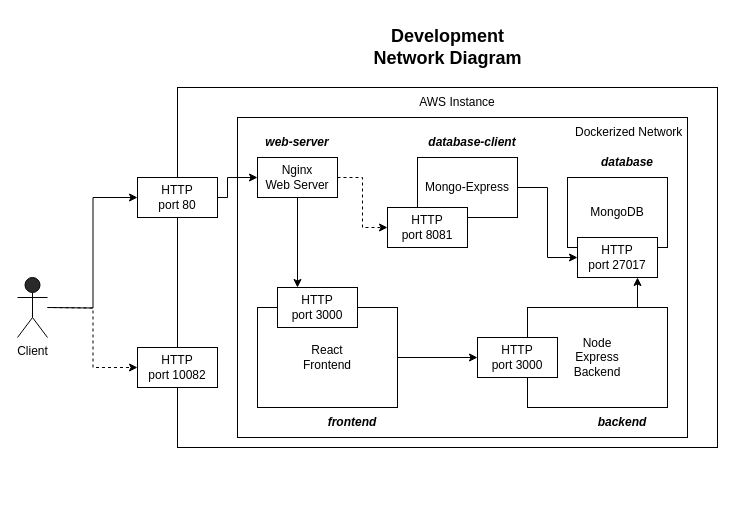
Above: Dev_NetworkStructure.dio in alex-au-922/Weather-with-me (draw.io), before the change. Source tidied: cells renumbered, new cells numbered last; positions are measured from the earlier drawing's top-left corner, leaving out a move shared by most shapes. Both pictures are drawn from the tidied source at 100%, with x=0, y=0 at pixel (17, 17).
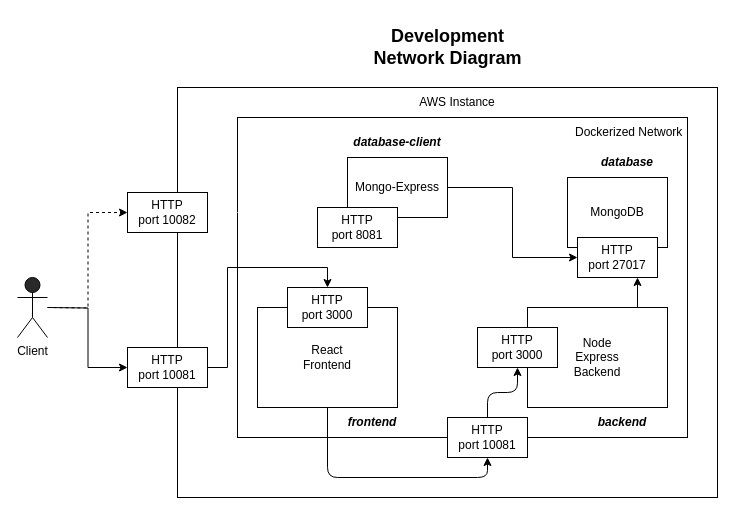
The same diagram, later.

Unchanged cells that the change refers to:
```xml
<mxCell id="12" value="React&lt;div&gt;Frontend&lt;/div&gt;" style="rounded=0;whiteSpace=wrap;html=1;" parent="1" vertex="1">
  <mxGeometry x="240" y="290" width="140" height="100" as="geometry" />
</mxCell>
```

What changed in the source:
```diff
@@
     <mxCell id="2" style="rounded=0;whiteSpace=wrap;html=1;" parent="1" vertex="1">
-      <mxGeometry x="160" y="70" width="540" height="360" as="geometry" />
+      <mxGeometry x="160" y="70" width="540" height="410" as="geometry" />
     </mxCell>
@@
-    <mxCell id="6" value="HTTP&lt;div&gt;port 80&lt;/div&gt;" style="rounded=0;whiteSpace=wrap;html=1;" parent="1" vertex="1">
-      <mxGeometry x="120" y="160" width="80" height="40" as="geometry" />
+    <mxCell id="6" value="HTTP&lt;div&gt;port 10081&lt;/div&gt;" style="rounded=0;whiteSpace=wrap;html=1;" parent="1" vertex="1">
+      <mxGeometry x="110" y="330" width="80" height="40" as="geometry" />
     </mxCell>
@@
-    <mxCell id="8" style="edgeStyle=orthogonalEdgeStyle;rounded=0;html=1;exitX=0.5;exitY=1;entryX=0.25;entryY=0;jettySize=auto;" parent="1" edge="1" source="10" target="18">
-      <mxGeometry relative="1" as="geometry" />
-    </mxCell>
-    <mxCell id="9" style="edgeStyle=orthogonalEdgeStyle;rounded=0;html=1;exitX=1;exitY=0.5;entryX=0;entryY=0.5;jettySize=auto;dashed=1;" parent="1" edge="1" source="10" target="21">
-      <mxGeometry relative="1" as="geometry" />
-    </mxCell>
-    <mxCell id="10" value="Nginx&lt;div&gt;Web Server&lt;/div&gt;" style="rounded=0;whiteSpace=wrap;html=1;" parent="1" vertex="1">
-      <mxGeometry x="240" y="140" width="80" height="40" as="geometry" />
-    </mxCell>
-    <mxCell id="11" style="edgeStyle=orthogonalEdgeStyle;rounded=0;html=1;exitX=1;exitY=0.5;entryX=0;entryY=0.5;jettySize=auto;" parent="1" edge="1" source="12" target="19">
-      <mxGeometry relative="1" as="geometry" />
-    </mxCell>
+    <mxCell id="33" style="edgeStyle=orthogonalEdgeStyle;html=1;entryX=0.5;entryY=1;entryDx=0;entryDy=0;exitX=0.5;exitY=1;exitDx=0;exitDy=0;" parent="1" edge="1" source="12" target="35">
+      <mxGeometry relative="1" as="geometry">
+        <Array as="points">
+          <mxPoint x="310" y="460" />
+          <mxPoint x="470" y="460" />
+        </Array>
+      </mxGeometry>
+    </mxCell>
@@
     <mxCell id="17" value="Mongo-Express" style="rounded=0;whiteSpace=wrap;html=1;" parent="1" vertex="1">
-      <mxGeometry x="400" y="140" width="100" height="60" as="geometry" />
+      <mxGeometry x="330" y="140" width="100" height="60" as="geometry" />
     </mxCell>
     <mxCell id="18" value="HTTP&lt;div&gt;port 3000&lt;/div&gt;" style="rounded=0;whiteSpace=wrap;html=1;" parent="1" vertex="1">
-      <mxGeometry x="260" y="270" width="80" height="40" as="geometry" />
+      <mxGeometry x="270" y="270" width="80" height="40" as="geometry" />
     </mxCell>
     <mxCell id="19" value="HTTP&lt;div&gt;port 3000&lt;/div&gt;" style="rounded=0;whiteSpace=wrap;html=1;" parent="1" vertex="1">
-      <mxGeometry x="460" y="320" width="80" height="40" as="geometry" />
+      <mxGeometry x="460" y="310" width="80" height="40" as="geometry" />
     </mxCell>
@@
     <mxCell id="21" value="HTTP&lt;div&gt;port 8081&lt;/div&gt;" style="rounded=0;whiteSpace=wrap;html=1;" parent="1" vertex="1">
-      <mxGeometry x="370" y="190" width="80" height="40" as="geometry" />
+      <mxGeometry x="300" y="190" width="80" height="40" as="geometry" />
     </mxCell>
-    <mxCell id="22" style="edgeStyle=orthogonalEdgeStyle;rounded=0;html=1;exitX=1;exitY=0.5;entryX=0;entryY=0.5;jettySize=auto;" parent="1" edge="1" source="6" target="10">
+    <mxCell id="22" style="edgeStyle=orthogonalEdgeStyle;rounded=0;html=1;exitX=1;exitY=0.5;entryX=0.5;entryY=0;jettySize=auto;entryDx=0;entryDy=0;" parent="1" edge="1" source="6" target="18">
       <mxGeometry relative="1" as="geometry">
         <Array as="points">
-          <mxPoint x="210" y="180" />
-          <mxPoint x="210" y="160" />
+          <mxPoint x="210" y="350" />
+          <mxPoint x="210" y="250" />
+          <mxPoint x="310" y="250" />
         </Array>
       </mxGeometry>
     </mxCell>
-    <mxCell id="23" style="edgeStyle=orthogonalEdgeStyle;rounded=0;html=1;exitX=1;exitY=0.5;exitDx=0;exitDy=0;entryX=0.25;entryY=1;entryDx=0;entryDy=0;strokeColor=#FFFFFF;dashed=1;" parent="1" edge="1" source="24" target="10">
+    <mxCell id="23" style="edgeStyle=orthogonalEdgeStyle;rounded=0;html=1;exitX=1;exitY=0.5;exitDx=0;exitDy=0;entryX=0;entryY=0.5;entryDx=0;entryDy=0;strokeColor=#FFFFFF;dashed=1;" parent="1" edge="1" source="24" target="21">
       <mxGeometry relative="1" as="geometry">
         <Array as="points">
-          <mxPoint x="210" y="350" />
-          <mxPoint x="210" y="210" />
-          <mxPoint x="260" y="210" />
+          <mxPoint x="240" y="195" />
+          <mxPoint x="240" y="210" />
         </Array>
       </mxGeometry>
     </mxCell>
     <mxCell id="24" value="HTTP&lt;div&gt;port 10082&lt;/div&gt;" style="rounded=0;whiteSpace=wrap;html=1;" parent="1" vertex="1">
-      <mxGeometry x="120" y="330" width="80" height="40" as="geometry" />
+      <mxGeometry x="110" y="175" width="80" height="40" as="geometry" />
     </mxCell>
@@
-    <mxCell id="27" value="&lt;b&gt;&lt;i&gt;web-server&lt;/i&gt;&lt;/b&gt;" style="text;html=1;strokeColor=none;fillColor=none;align=center;verticalAlign=middle;whiteSpace=wrap;rounded=0;" parent="1" vertex="1">
-      <mxGeometry x="240" y="110" width="80" height="30" as="geometry" />
-    </mxCell>
     <mxCell id="28" value="&lt;b&gt;&lt;i&gt;database-client&lt;/i&gt;&lt;/b&gt;" style="text;html=1;strokeColor=none;fillColor=none;align=center;verticalAlign=middle;whiteSpace=wrap;rounded=0;" parent="1" vertex="1">
-      <mxGeometry x="410" y="110" width="90" height="30" as="geometry" />
+      <mxGeometry x="335" y="110" width="90" height="30" as="geometry" />
     </mxCell>
     <mxCell id="29" value="&lt;b&gt;&lt;i&gt;frontend&lt;/i&gt;&lt;/b&gt;" style="text;html=1;strokeColor=none;fillColor=none;align=center;verticalAlign=middle;whiteSpace=wrap;rounded=0;" parent="1" vertex="1">
-      <mxGeometry x="290" y="390" width="90" height="30" as="geometry" />
+      <mxGeometry x="310" y="390" width="90" height="30" as="geometry" />
     </mxCell>
@@
+    <mxCell id="34" style="edgeStyle=orthogonalEdgeStyle;html=1;exitX=0.5;exitY=0;exitDx=0;exitDy=0;" parent="1" edge="1" source="35" target="19">
+      <mxGeometry relative="1" as="geometry" />
+    </mxCell>
+    <mxCell id="35" value="HTTP&lt;div&gt;port 10081&lt;/div&gt;" style="rounded=0;whiteSpace=wrap;html=1;" parent="1" vertex="1">
+      <mxGeometry x="430" y="400" width="80" height="40" as="geometry" />
+    </mxCell>
```
